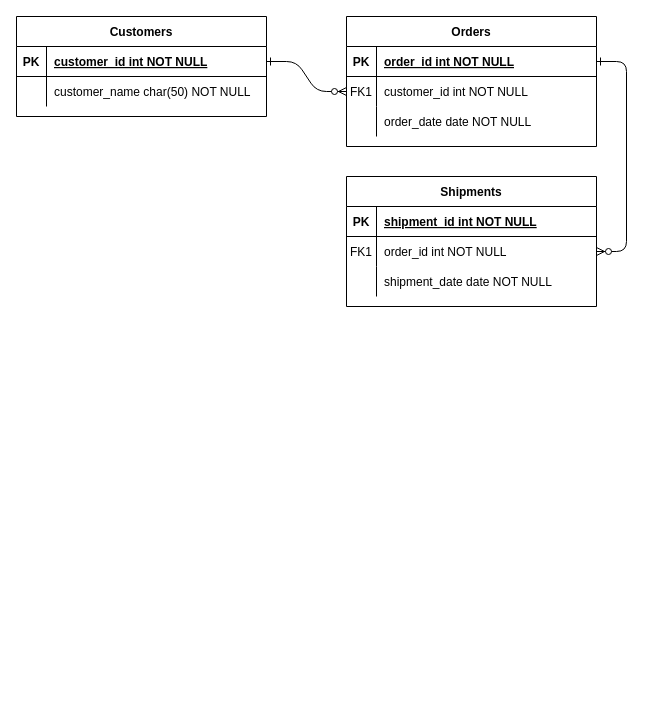
Before: Pertemuan3/Untitled Diagram.drawio in NormalikaShandi/IF214002, a draw.io diagram. Source tidied: cells renumbered, new cells numbered last; positions are measured from the earlier drawing's top-left corner, leaving out a move shared by most shapes. Both pictures are drawn from the tidied source at 100%, with x=0, y=0 at pixel (16, 16).
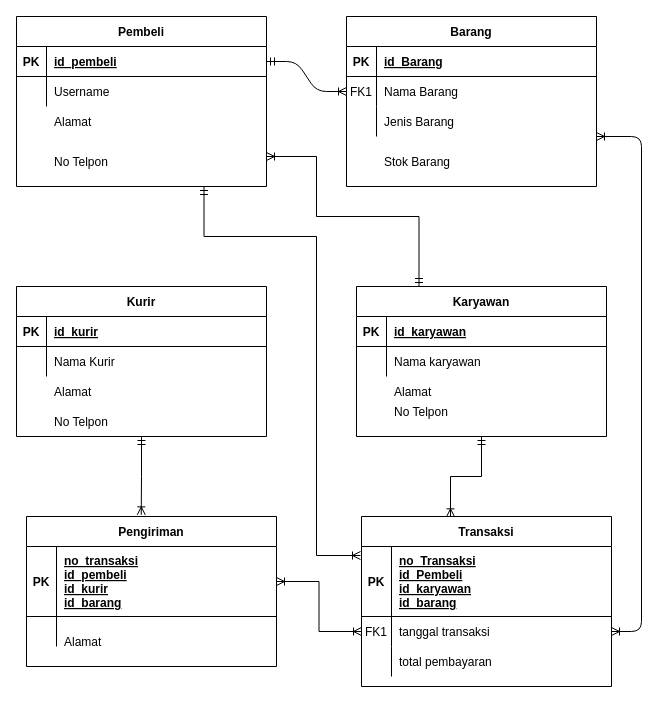
The same diagram, later.

The change refers to these unchanged cells:
```xml
<mxCell id="5" style="shape=partialRectangle;fillColor=none;points=[[0,0.5],[1,0.5]];portConstraint=eastwest;top=0;left=0;right=0;bottom=1;" parent="4" vertex="1">
  <mxGeometry y="30" width="250" height="30" as="geometry" />
</mxCell>
<mxCell id="8" style="shape=partialRectangle;fillColor=none;points=[[0,0.5],[1,0.5]];portConstraint=eastwest;top=0;left=0;right=0;bottom=0;" parent="4" vertex="1">
  <mxGeometry y="60" width="250" height="30" as="geometry" />
</mxCell>
<mxCell id="11" style="shape=partialRectangle;fillColor=none;points=[[0,0.5],[1,0.5]];portConstraint=eastwest;top=0;left=0;right=0;bottom=0;" parent="4" vertex="1">
  <mxGeometry y="90" width="250" height="30" as="geometry" />
</mxCell>
<mxCell id="25" style="shape=partialRectangle;fillColor=none;points=[[0,0.5],[1,0.5]];portConstraint=eastwest;top=0;left=0;right=0;bottom=1;" parent="24" vertex="1">
  <mxGeometry y="30" width="250" height="30" as="geometry" />
</mxCell>
<mxCell id="28" style="shape=partialRectangle;fillColor=none;top=0;left=0;right=0;bottom=0;" parent="24" vertex="1">
  <mxGeometry y="60" width="250" height="30" as="geometry" />
</mxCell>
```

Change to the diagram source:
```diff
@@
-    <mxCell id="2" style="edgeStyle=entityRelationEdgeStyle;endArrow=ERzeroToMany;startArrow=ERone;endFill=1;startFill=0;" parent="1" edge="1" source="25" target="8">
+    <mxCell id="2" style="edgeStyle=entityRelationEdgeStyle;endArrow=ERoneToMany;startArrow=ERmandOne;endFill=0;startFill=0;" parent="1" edge="1" source="25" target="8">
       <mxGeometry relative="1" as="geometry" />
     </mxCell>
-    <mxCell id="3" style="edgeStyle=entityRelationEdgeStyle;endArrow=ERzeroToMany;startArrow=ERone;endFill=1;startFill=0;" parent="1" edge="1" source="5" target="18">
+    <mxCell id="3" style="edgeStyle=entityRelationEdgeStyle;endArrow=ERoneToMany;startArrow=ERoneToMany;endFill=0;startFill=0;exitX=1;exitY=1;exitDx=0;exitDy=0;exitPerimeter=0;" parent="1" edge="1" source="11" target="18">
       <mxGeometry relative="1" as="geometry" />
     </mxCell>
-    <mxCell id="4" value="Orders" style="shape=table;startSize=30;childLayout=tableLayout;rowLines=0;fontStyle=1;align=center;" parent="1" vertex="1">
-      <mxGeometry x="330" width="250" height="130" as="geometry" />
+    <mxCell id="4" value="Barang" style="shape=table;startSize=30;childLayout=tableLayout;rowLines=0;fontStyle=1;align=center;" parent="1" vertex="1">
+      <mxGeometry x="330" width="250" height="170" as="geometry" />
     </mxCell>
@@
-    <mxCell id="7" value="order_id int NOT NULL " style="shape=partialRectangle;overflow=hidden;fillColor=none;top=0;left=0;bottom=0;right=0;align=left;spacingLeft=6;fontStyle=5;" parent="5" vertex="1">
+    <mxCell id="7" value="id_Barang" style="shape=partialRectangle;overflow=hidden;fillColor=none;top=0;left=0;bottom=0;right=0;align=left;spacingLeft=6;fontStyle=5;" parent="5" vertex="1">
       <mxGeometry x="30" width="220" height="30" as="geometry" />
     </mxCell>
@@
-    <mxCell id="10" value="customer_id int NOT NULL" style="shape=partialRectangle;overflow=hidden;fillColor=none;top=0;left=0;bottom=0;right=0;align=left;spacingLeft=6;" parent="8" vertex="1">
+    <mxCell id="10" value="Nama Barang" style="shape=partialRectangle;overflow=hidden;fillColor=none;top=0;left=0;bottom=0;right=0;align=left;spacingLeft=6;" parent="8" vertex="1">
       <mxGeometry x="30" width="220" height="30" as="geometry" />
     </mxCell>
@@
-    <mxCell id="13" value="order_date date NOT NULL" style="shape=partialRectangle;overflow=hidden;fillColor=none;top=0;left=0;bottom=0;right=0;align=left;spacingLeft=6;" parent="11" vertex="1">
+    <mxCell id="13" value="Jenis Barang" style="shape=partialRectangle;overflow=hidden;fillColor=none;top=0;left=0;bottom=0;right=0;align=left;spacingLeft=6;" parent="11" vertex="1">
       <mxGeometry x="30" width="220" height="30" as="geometry" />
     </mxCell>
-    <mxCell id="14" value="Shipments" style="shape=table;startSize=30;childLayout=tableLayout;rowLines=0;fontStyle=1;align=center;" parent="1" vertex="1">
-      <mxGeometry x="330" y="160" width="250" height="130" as="geometry" />
+    <mxCell id="14" value="Transaksi" style="shape=table;startSize=30;childLayout=tableLayout;rowLines=0;fontStyle=1;align=center;" parent="1" vertex="1">
+      <mxGeometry x="345" y="500" width="250" height="170" as="geometry" />
     </mxCell>
     <mxCell id="15" style="shape=partialRectangle;fillColor=none;points=[[0,0.5],[1,0.5]];portConstraint=eastwest;top=0;left=0;right=0;bottom=1;" parent="14" vertex="1">
-      <mxGeometry y="30" width="250" height="30" as="geometry" />
+      <mxGeometry y="30" width="250" height="70" as="geometry" />
     </mxCell>
     <mxCell id="16" value="PK" style="shape=partialRectangle;overflow=hidden;fillColor=none;top=0;left=0;bottom=0;right=0;fontStyle=1;" parent="15" vertex="1">
-      <mxGeometry width="30" height="30" as="geometry" />
+      <mxGeometry width="30" height="70" as="geometry" />
     </mxCell>
-    <mxCell id="17" value="shipment_id int NOT NULL " style="shape=partialRectangle;overflow=hidden;fillColor=none;top=0;left=0;bottom=0;right=0;align=left;spacingLeft=6;fontStyle=5;" parent="15" vertex="1">
-      <mxGeometry x="30" width="220" height="30" as="geometry" />
+    <mxCell id="17" value="no_Transaksi&#10;id_Pembeli&#10;id_karyawan&#10;id_barang" style="shape=partialRectangle;overflow=hidden;fillColor=none;top=0;left=0;bottom=0;right=0;align=left;spacingLeft=6;fontStyle=5;" parent="15" vertex="1">
+      <mxGeometry x="30" width="220" height="70" as="geometry" />
     </mxCell>
     <mxCell id="18" style="shape=partialRectangle;fillColor=none;points=[[0,0.5],[1,0.5]];portConstraint=eastwest;top=0;left=0;right=0;bottom=0;" parent="14" vertex="1">
-      <mxGeometry y="60" width="250" height="30" as="geometry" />
+      <mxGeometry y="100" width="250" height="30" as="geometry" />
     </mxCell>
@@
-    <mxCell id="20" value="order_id int NOT NULL" style="shape=partialRectangle;overflow=hidden;fillColor=none;top=0;left=0;bottom=0;right=0;align=left;spacingLeft=6;" parent="18" vertex="1">
+    <mxCell id="20" value="tanggal transaksi" style="shape=partialRectangle;overflow=hidden;fillColor=none;top=0;left=0;bottom=0;right=0;align=left;spacingLeft=6;" parent="18" vertex="1">
       <mxGeometry x="30" width="220" height="30" as="geometry" />
     </mxCell>
     <mxCell id="21" style="shape=partialRectangle;fillColor=none;top=0;left=0;right=0;bottom=0;" parent="14" vertex="1">
-      <mxGeometry y="90" width="250" height="30" as="geometry" />
+      <mxGeometry y="130" width="250" height="30" as="geometry" />
     </mxCell>
@@
-    <mxCell id="23" value="shipment_date date NOT NULL" style="shape=partialRectangle;overflow=hidden;fillColor=none;top=0;left=0;bottom=0;right=0;align=left;spacingLeft=6;" parent="21" vertex="1">
+    <mxCell id="23" value="total pembayaran" style="shape=partialRectangle;overflow=hidden;fillColor=none;top=0;left=0;bottom=0;right=0;align=left;spacingLeft=6;" parent="21" vertex="1">
       <mxGeometry x="30" width="220" height="30" as="geometry" />
     </mxCell>
+    <mxCell id="31" style="edgeStyle=orthogonalEdgeStyle;rounded=0;jettySize=auto;html=1;exitX=0.75;exitY=1;exitDx=0;exitDy=0;entryX=-0.004;entryY=0.129;entryDx=0;entryDy=0;entryPerimeter=0;startArrow=ERmandOne;startFill=0;endArrow=ERoneToMany;endFill=0;" parent="1" edge="1" source="24" target="15">
+      <mxGeometry relative="1" as="geometry">
+        <Array as="points">
+          <mxPoint x="188" y="220" />
+          <mxPoint x="300" y="220" />
+          <mxPoint x="300" y="539" />
+        </Array>
+      </mxGeometry>
+    </mxCell>
-    <mxCell id="24" value="Customers" style="shape=table;startSize=30;childLayout=tableLayout;rowLines=0;fontStyle=1;align=center;" parent="1" vertex="1">
-      <mxGeometry width="250" height="100" as="geometry" />
+    <mxCell id="24" value="Pembeli" style="shape=table;startSize=30;childLayout=tableLayout;rowLines=0;fontStyle=1;align=center;" parent="1" vertex="1">
+      <mxGeometry width="250" height="170" as="geometry" />
     </mxCell>
@@
-    <mxCell id="27" value="customer_id int NOT NULL " style="shape=partialRectangle;overflow=hidden;fillColor=none;top=0;left=0;bottom=0;right=0;align=left;spacingLeft=6;fontStyle=5;" parent="25" vertex="1">
+    <mxCell id="27" value="id_pembeli" style="shape=partialRectangle;overflow=hidden;fillColor=none;top=0;left=0;bottom=0;right=0;align=left;spacingLeft=6;fontStyle=5;" parent="25" vertex="1">
       <mxGeometry x="30" width="220" height="30" as="geometry" />
     </mxCell>
@@
-    <mxCell id="30" value="customer_name char(50) NOT NULL" style="shape=partialRectangle;overflow=hidden;fillColor=none;top=0;left=0;bottom=0;right=0;align=left;spacingLeft=6;" parent="28" vertex="1">
+    <mxCell id="30" value="Username " style="shape=partialRectangle;overflow=hidden;fillColor=none;top=0;left=0;bottom=0;right=0;align=left;spacingLeft=6;" parent="28" vertex="1">
       <mxGeometry x="30" width="220" height="30" as="geometry" />
     </mxCell>
+    <mxCell id="32" value="Alamat" style="shape=partialRectangle;overflow=hidden;fillColor=none;top=0;left=0;bottom=0;right=0;align=left;spacingLeft=6;" parent="1" vertex="1">
+      <mxGeometry x="30" y="90" width="220" height="30" as="geometry" />
+    </mxCell>
+    <mxCell id="33" value="No Telpon" style="shape=partialRectangle;overflow=hidden;fillColor=none;top=0;left=0;bottom=0;right=0;align=left;spacingLeft=6;" parent="1" vertex="1">
+      <mxGeometry x="30" y="130" width="220" height="30" as="geometry" />
+    </mxCell>
+    <mxCell id="34" value="Stok Barang" style="shape=partialRectangle;overflow=hidden;fillColor=none;top=0;left=0;bottom=0;right=0;align=left;spacingLeft=6;" parent="1" vertex="1">
+      <mxGeometry x="360" y="130" width="220" height="30" as="geometry" />
+    </mxCell>
+    <mxCell id="35" style="edgeStyle=orthogonalEdgeStyle;rounded=0;jettySize=auto;html=1;entryX=0.459;entryY=-0.011;entryDx=0;entryDy=0;entryPerimeter=0;startArrow=ERmandOne;startFill=0;endArrow=ERoneToMany;endFill=0;" parent="1" edge="1" source="36" target="45">
+      <mxGeometry relative="1" as="geometry" />
+    </mxCell>
+    <mxCell id="36" value="Kurir" style="shape=table;startSize=30;childLayout=tableLayout;rowLines=0;fontStyle=1;align=center;" parent="1" vertex="1">
+      <mxGeometry y="270" width="250" height="150" as="geometry" />
+    </mxCell>
+    <mxCell id="37" style="shape=partialRectangle;fillColor=none;top=0;left=0;right=0;bottom=1;" parent="36" vertex="1">
+      <mxGeometry y="30" width="250" height="30" as="geometry" />
+    </mxCell>
+    <mxCell id="38" value="PK" style="shape=partialRectangle;overflow=hidden;fillColor=none;top=0;left=0;bottom=0;right=0;fontStyle=1;" parent="37" vertex="1">
+      <mxGeometry width="30" height="30" as="geometry" />
+    </mxCell>
+    <mxCell id="39" value="id_kurir" style="shape=partialRectangle;overflow=hidden;fillColor=none;top=0;left=0;bottom=0;right=0;align=left;spacingLeft=6;fontStyle=5;" parent="37" vertex="1">
+      <mxGeometry x="30" width="220" height="30" as="geometry" />
+    </mxCell>
+    <mxCell id="40" style="shape=partialRectangle;fillColor=none;top=0;left=0;right=0;bottom=0;" parent="36" vertex="1">
+      <mxGeometry y="60" width="250" height="30" as="geometry" />
+    </mxCell>
+    <mxCell id="41" style="shape=partialRectangle;overflow=hidden;fillColor=none;top=0;left=0;bottom=0;right=0;" parent="40" vertex="1">
+      <mxGeometry width="30" height="30" as="geometry" />
+    </mxCell>
+    <mxCell id="42" style="shape=partialRectangle;overflow=hidden;fillColor=none;top=0;left=0;bottom=0;right=0;align=left;spacingLeft=6;" parent="40" vertex="1">
+      <mxGeometry x="30" width="220" height="30" as="geometry" />
+    </mxCell>
+    <mxCell id="43" value="Alamat" style="shape=partialRectangle;overflow=hidden;fillColor=none;top=0;left=0;bottom=0;right=0;align=left;spacingLeft=6;" parent="1" vertex="1">
+      <mxGeometry x="30" y="360" width="220" height="30" as="geometry" />
+    </mxCell>
+    <mxCell id="44" value="Nama Kurir" style="shape=partialRectangle;overflow=hidden;fillColor=none;top=0;left=0;bottom=0;right=0;align=left;spacingLeft=6;" parent="1" vertex="1">
+      <mxGeometry x="30" y="330" width="220" height="30" as="geometry" />
+    </mxCell>
+    <mxCell id="45" value="Pengiriman" style="shape=table;startSize=30;childLayout=tableLayout;rowLines=0;fontStyle=1;align=center;" parent="1" vertex="1">
+      <mxGeometry x="10" y="500" width="250" height="150" as="geometry" />
+    </mxCell>
+    <mxCell id="46" style="shape=partialRectangle;fillColor=none;points=[[0,0.5],[1,0.5]];portConstraint=eastwest;top=0;left=0;right=0;bottom=1;" parent="45" vertex="1">
+      <mxGeometry y="30" width="250" height="70" as="geometry" />
+    </mxCell>
+    <mxCell id="47" value="PK" style="shape=partialRectangle;overflow=hidden;fillColor=none;top=0;left=0;bottom=0;right=0;fontStyle=1;" parent="46" vertex="1">
+      <mxGeometry width="30" height="70" as="geometry" />
+    </mxCell>
+    <mxCell id="48" value="no_transaksi&#10;id_pembeli&#10;id_kurir&#10;id_barang" style="shape=partialRectangle;overflow=hidden;fillColor=none;top=0;left=0;bottom=0;right=0;align=left;spacingLeft=6;fontStyle=5;" parent="46" vertex="1">
+      <mxGeometry x="30" width="220" height="70" as="geometry" />
+    </mxCell>
+    <mxCell id="49" style="shape=partialRectangle;fillColor=none;top=0;left=0;right=0;bottom=0;" parent="45" vertex="1">
+      <mxGeometry y="100" width="250" height="30" as="geometry" />
+    </mxCell>
+    <mxCell id="50" style="shape=partialRectangle;overflow=hidden;fillColor=none;top=0;left=0;bottom=0;right=0;" parent="49" vertex="1">
+      <mxGeometry width="30" height="30" as="geometry" />
+    </mxCell>
+    <mxCell id="51" style="shape=partialRectangle;overflow=hidden;fillColor=none;top=0;left=0;bottom=0;right=0;align=left;spacingLeft=6;" parent="49" vertex="1">
+      <mxGeometry x="30" width="220" height="30" as="geometry" />
+    </mxCell>
+    <mxCell id="52" value="Alamat" style="shape=partialRectangle;overflow=hidden;fillColor=none;top=0;left=0;bottom=0;right=0;align=left;spacingLeft=6;" parent="1" vertex="1">
+      <mxGeometry x="40" y="610" width="220" height="30" as="geometry" />
+    </mxCell>
+    <mxCell id="53" style="edgeStyle=orthogonalEdgeStyle;rounded=0;jettySize=auto;html=1;exitX=1;exitY=0.5;exitDx=0;exitDy=0;entryX=0;entryY=0.5;entryDx=0;entryDy=0;startArrow=ERoneToMany;startFill=0;endArrow=ERoneToMany;endFill=0;" parent="1" edge="1" source="46" target="18">
+      <mxGeometry relative="1" as="geometry" />
+    </mxCell>
+    <mxCell id="54" value="No Telpon" style="shape=partialRectangle;overflow=hidden;fillColor=none;top=0;left=0;bottom=0;right=0;align=left;spacingLeft=6;" parent="1" vertex="1">
+      <mxGeometry x="30" y="390" width="220" height="30" as="geometry" />
+    </mxCell>
+    <mxCell id="55" style="edgeStyle=orthogonalEdgeStyle;rounded=0;jettySize=auto;html=1;exitX=0.25;exitY=0;exitDx=0;exitDy=0;startArrow=ERmandOne;startFill=0;endArrow=ERoneToMany;endFill=0;" parent="1" edge="1" source="57">
+      <mxGeometry relative="1" as="geometry">
+        <mxPoint x="250" y="140" as="targetPoint" />
+        <Array as="points">
+          <mxPoint x="403" y="200" />
+          <mxPoint x="300" y="200" />
+          <mxPoint x="300" y="140" />
+        </Array>
+      </mxGeometry>
+    </mxCell>
+    <mxCell id="56" style="edgeStyle=orthogonalEdgeStyle;rounded=0;jettySize=auto;html=1;startArrow=ERmandOne;startFill=0;endArrow=ERoneToMany;endFill=0;entryX=0.356;entryY=0.002;entryDx=0;entryDy=0;entryPerimeter=0;" parent="1" edge="1" source="57" target="14">
+      <mxGeometry relative="1" as="geometry" />
+    </mxCell>
+    <mxCell id="57" value="Karyawan" style="shape=table;startSize=30;childLayout=tableLayout;rowLines=0;fontStyle=1;align=center;" parent="1" vertex="1">
+      <mxGeometry x="340" y="270" width="250" height="150" as="geometry" />
+    </mxCell>
+    <mxCell id="58" style="shape=partialRectangle;fillColor=none;top=0;left=0;right=0;bottom=1;" parent="57" vertex="1">
+      <mxGeometry y="30" width="250" height="30" as="geometry" />
+    </mxCell>
+    <mxCell id="59" value="PK" style="shape=partialRectangle;overflow=hidden;fillColor=none;top=0;left=0;bottom=0;right=0;fontStyle=1;" parent="58" vertex="1">
+      <mxGeometry width="30" height="30" as="geometry" />
+    </mxCell>
+    <mxCell id="60" value="id_karyawan" style="shape=partialRectangle;overflow=hidden;fillColor=none;top=0;left=0;bottom=0;right=0;align=left;spacingLeft=6;fontStyle=5;" parent="58" vertex="1">
+      <mxGeometry x="30" width="220" height="30" as="geometry" />
+    </mxCell>
+    <mxCell id="61" style="shape=partialRectangle;fillColor=none;top=0;left=0;right=0;bottom=0;" parent="57" vertex="1">
+      <mxGeometry y="60" width="250" height="30" as="geometry" />
+    </mxCell>
+    <mxCell id="62" style="shape=partialRectangle;overflow=hidden;fillColor=none;top=0;left=0;bottom=0;right=0;" parent="61" vertex="1">
+      <mxGeometry width="30" height="30" as="geometry" />
+    </mxCell>
+    <mxCell id="63" style="shape=partialRectangle;overflow=hidden;fillColor=none;top=0;left=0;bottom=0;right=0;align=left;spacingLeft=6;" parent="61" vertex="1">
+      <mxGeometry x="30" width="220" height="30" as="geometry" />
+    </mxCell>
+    <mxCell id="64" value="Alamat" style="shape=partialRectangle;overflow=hidden;fillColor=none;top=0;left=0;bottom=0;right=0;align=left;spacingLeft=6;" parent="1" vertex="1">
+      <mxGeometry x="370" y="360" width="220" height="30" as="geometry" />
+    </mxCell>
+    <mxCell id="65" value="Nama karyawan" style="shape=partialRectangle;overflow=hidden;fillColor=none;top=0;left=0;bottom=0;right=0;align=left;spacingLeft=6;" parent="1" vertex="1">
+      <mxGeometry x="370" y="330" width="220" height="30" as="geometry" />
+    </mxCell>
+    <mxCell id="66" value="No Telpon" style="shape=partialRectangle;overflow=hidden;fillColor=none;top=0;left=0;bottom=0;right=0;align=left;spacingLeft=6;" parent="1" vertex="1">
+      <mxGeometry x="370" y="380" width="220" height="30" as="geometry" />
+    </mxCell>
```
